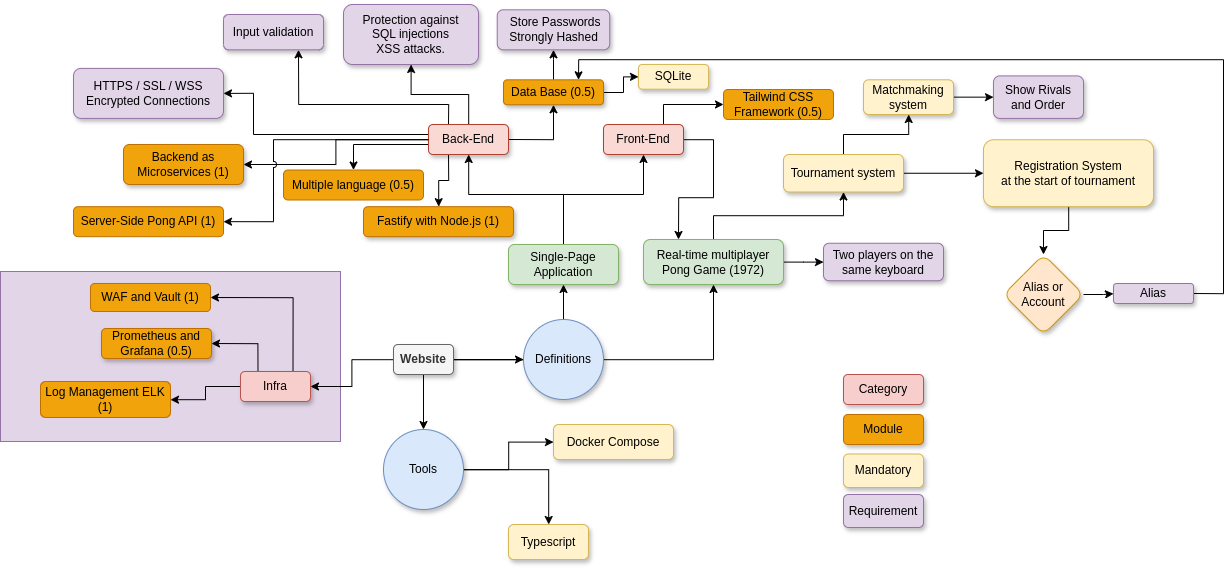
The draw.io diagram docs/Project.png in 3lsy/transcendence, before a commit. Source tidied: cells renumbered, new cells last; positions are measured from the earlier drawing's top-left corner, leaving out a move shared by most shapes.
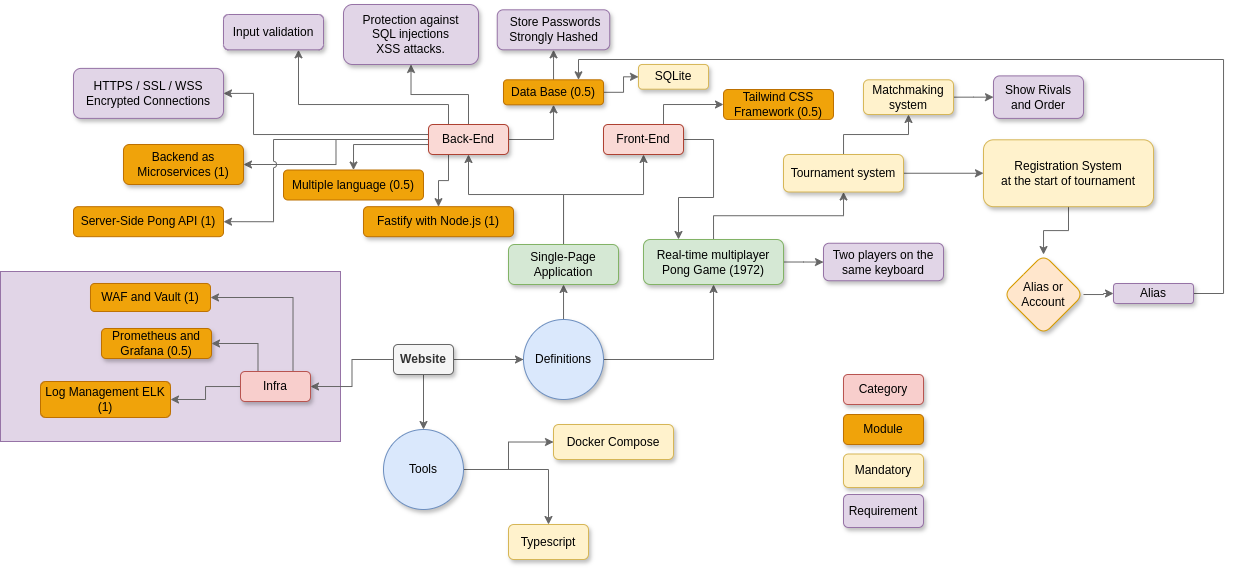
After the change.

What changed in the source:
```diff
@@ -5,25 +5,25 @@
     <mxCell id="2" style="rounded=0;whiteSpace=wrap;html=1;fillColor=#e1d5e7;strokeColor=#9673a6;" parent="1" vertex="1">
       <mxGeometry y="267" width="340" height="170" as="geometry" />
     </mxCell>
-    <mxCell id="3" style="edgeStyle=orthogonalEdgeStyle;rounded=0;jettySize=auto;html=1;" parent="1" edge="1" source="8" target="11">
+    <mxCell id="3" style="edgeStyle=orthogonalEdgeStyle;rounded=0;jettySize=auto;html=1;fillColor=#f5f5f5;strokeColor=#666666;" parent="1" edge="1" source="8" target="11">
       <mxGeometry relative="1" as="geometry" />
     </mxCell>
-    <mxCell id="4" style="edgeStyle=orthogonalEdgeStyle;rounded=0;jettySize=auto;html=1;" parent="1" edge="1" source="8" target="14">
+    <mxCell id="4" style="edgeStyle=orthogonalEdgeStyle;rounded=0;jettySize=auto;html=1;fillColor=#f5f5f5;strokeColor=#666666;" parent="1" edge="1" source="8" target="14">
       <mxGeometry relative="1" as="geometry" />
     </mxCell>
-    <mxCell id="5" style="edgeStyle=orthogonalEdgeStyle;rounded=0;jettySize=auto;html=1;" parent="1" edge="1" source="8" target="15">
+    <mxCell id="5" style="edgeStyle=orthogonalEdgeStyle;rounded=0;jettySize=auto;html=1;fillColor=#f5f5f5;strokeColor=#666666;" parent="1" edge="1" source="8" target="15">
       <mxGeometry relative="1" as="geometry" />
     </mxCell>
-    <mxCell id="6" style="edgeStyle=orthogonalEdgeStyle;rounded=0;jettySize=auto;html=1;" parent="1" edge="1" source="8" target="18">
+    <mxCell id="6" style="edgeStyle=orthogonalEdgeStyle;rounded=0;jettySize=auto;html=1;fillColor=#f5f5f5;strokeColor=#666666;" parent="1" edge="1" source="8" target="18">
       <mxGeometry relative="1" as="geometry" />
     </mxCell>
-    <mxCell id="7" style="edgeStyle=orthogonalEdgeStyle;rounded=0;jettySize=auto;html=1;entryX=1;entryY=0.5;entryDx=0;entryDy=0;" parent="1" edge="1" source="8" target="58">
+    <mxCell id="7" style="edgeStyle=orthogonalEdgeStyle;rounded=0;jettySize=auto;html=1;entryX=1;entryY=0.5;entryDx=0;entryDy=0;fillColor=#f5f5f5;strokeColor=#666666;" parent="1" edge="1" source="8" target="58">
       <mxGeometry relative="1" as="geometry" />
     </mxCell>
     <mxCell id="8" value="Website" style="text;html=1;align=center;verticalAlign=middle;whiteSpace=wrap;rounded=1;shadow=1;glass=0;fillColor=#f5f5f5;fontColor=#333333;strokeColor=#666666;fontStyle=1;" parent="1" vertex="1">
       <mxGeometry x="393" y="340" width="60" height="30" as="geometry" />
     </mxCell>
-    <mxCell id="9" style="edgeStyle=orthogonalEdgeStyle;rounded=0;jettySize=auto;html=1;" parent="1" edge="1" source="11" target="39">
+    <mxCell id="9" style="edgeStyle=orthogonalEdgeStyle;rounded=0;jettySize=auto;html=1;fillColor=#f5f5f5;strokeColor=#666666;" parent="1" edge="1" source="11" target="39">
       <mxGeometry relative="1" as="geometry">
         <Array as="points">
           <mxPoint x="563" y="190" />
@@ -31,7 +31,7 @@
         </Array>
       </mxGeometry>
     </mxCell>
-    <mxCell id="10" style="edgeStyle=orthogonalEdgeStyle;rounded=0;jettySize=auto;html=1;" parent="1" edge="1" source="11" target="42">
+    <mxCell id="10" style="edgeStyle=orthogonalEdgeStyle;rounded=0;jettySize=auto;html=1;fillColor=#f5f5f5;strokeColor=#666666;" parent="1" edge="1" source="11" target="42">
       <mxGeometry relative="1" as="geometry">
         <Array as="points">
           <mxPoint x="563" y="190" />
@@ -42,10 +42,10 @@
     <mxCell id="11" value="Single-Page Application" style="text;html=1;align=center;verticalAlign=middle;whiteSpace=wrap;rounded=1;fillColor=#d5e8d4;strokeColor=#82b366;shadow=1;glass=0;" parent="1" vertex="1">
       <mxGeometry x="508" y="240" width="110" height="40" as="geometry" />
     </mxCell>
-    <mxCell id="12" style="edgeStyle=orthogonalEdgeStyle;rounded=0;jettySize=auto;html=1;" parent="1" edge="1" source="14" target="21">
+    <mxCell id="12" style="edgeStyle=orthogonalEdgeStyle;rounded=0;jettySize=auto;html=1;fillColor=#f5f5f5;strokeColor=#666666;" parent="1" edge="1" source="14" target="21">
       <mxGeometry relative="1" as="geometry" />
     </mxCell>
-    <mxCell id="13" style="edgeStyle=orthogonalEdgeStyle;rounded=0;jettySize=auto;html=1;" parent="1" edge="1" source="14" target="24">
+    <mxCell id="13" style="edgeStyle=orthogonalEdgeStyle;rounded=0;jettySize=auto;html=1;fillColor=#f5f5f5;strokeColor=#666666;" parent="1" edge="1" source="14" target="24">
       <mxGeometry relative="1" as="geometry" />
     </mxCell>
     <mxCell id="14" value="Real-time multiplayer Pong Game&amp;nbsp;(1972)" style="whiteSpace=wrap;html=1;fillColor=#d5e8d4;strokeColor=#82b366;rounded=1;shadow=1;glass=0;" parent="1" vertex="1">
@@ -54,10 +54,10 @@
     <mxCell id="15" value="Definitions" style="ellipse;whiteSpace=wrap;html=1;fillColor=#dae8fc;strokeColor=#6c8ebf;gradientColor=none;rounded=1;shadow=1;glass=0;" parent="1" vertex="1">
       <mxGeometry x="523" y="315" width="80" height="80" as="geometry" />
     </mxCell>
-    <mxCell id="16" style="edgeStyle=orthogonalEdgeStyle;rounded=0;jettySize=auto;html=1;" parent="1" edge="1" source="18" target="19">
+    <mxCell id="16" style="edgeStyle=orthogonalEdgeStyle;rounded=0;jettySize=auto;html=1;fillColor=#f5f5f5;strokeColor=#666666;" parent="1" edge="1" source="18" target="19">
       <mxGeometry relative="1" as="geometry" />
     </mxCell>
-    <mxCell id="17" style="edgeStyle=orthogonalEdgeStyle;rounded=0;jettySize=auto;html=1;" parent="1" edge="1" source="18" target="20">
+    <mxCell id="17" style="edgeStyle=orthogonalEdgeStyle;rounded=0;jettySize=auto;html=1;fillColor=#f5f5f5;strokeColor=#666666;" parent="1" edge="1" source="18" target="20">
       <mxGeometry relative="1" as="geometry" />
     </mxCell>
     <mxCell id="18" value="Tools" style="ellipse;whiteSpace=wrap;html=1;fillColor=#dae8fc;strokeColor=#6c8ebf;gradientColor=none;rounded=1;shadow=1;glass=0;" parent="1" vertex="1">
@@ -72,10 +72,10 @@
     <mxCell id="21" value="Two players on the same keyboard" style="whiteSpace=wrap;html=1;fillColor=#e1d5e7;strokeColor=#9673a6;rounded=1;shadow=1;glass=0;" parent="1" vertex="1">
       <mxGeometry x="823" y="238.8" width="120" height="37.5" as="geometry" />
     </mxCell>
-    <mxCell id="22" style="edgeStyle=orthogonalEdgeStyle;rounded=0;jettySize=auto;html=1;" parent="1" edge="1" source="24" target="27">
+    <mxCell id="22" style="edgeStyle=orthogonalEdgeStyle;rounded=0;jettySize=auto;html=1;fillColor=#f5f5f5;strokeColor=#666666;" parent="1" edge="1" source="24" target="27">
       <mxGeometry relative="1" as="geometry" />
     </mxCell>
-    <mxCell id="23" style="edgeStyle=orthogonalEdgeStyle;rounded=0;jettySize=auto;html=1;" parent="1" edge="1" source="24" target="31">
+    <mxCell id="23" style="edgeStyle=orthogonalEdgeStyle;rounded=0;jettySize=auto;html=1;fillColor=#f5f5f5;strokeColor=#666666;" parent="1" edge="1" source="24" target="31">
       <mxGeometry relative="1" as="geometry" />
     </mxCell>
     <mxCell id="24" value="Tournament system" style="whiteSpace=wrap;html=1;fillColor=#fff2cc;strokeColor=#d6b656;rounded=1;shadow=1;glass=0;" parent="1" vertex="1">
@@ -84,28 +84,28 @@
     <mxCell id="25" value="Show Rivals and Order" style="whiteSpace=wrap;html=1;fillColor=#e1d5e7;strokeColor=#9673a6;rounded=1;shadow=1;glass=0;" parent="1" vertex="1">
       <mxGeometry x="993" y="71.4" width="90" height="42.5" as="geometry" />
     </mxCell>
-    <mxCell id="26" style="edgeStyle=orthogonalEdgeStyle;rounded=0;jettySize=auto;html=1;" parent="1" edge="1" source="27" target="29">
+    <mxCell id="26" style="edgeStyle=orthogonalEdgeStyle;rounded=0;jettySize=auto;html=1;fillColor=#f5f5f5;strokeColor=#666666;" parent="1" edge="1" source="27" target="29">
       <mxGeometry relative="1" as="geometry" />
     </mxCell>
     <mxCell id="27" value="Registration System&lt;div&gt;at the start of tournament&lt;/div&gt;" style="whiteSpace=wrap;html=1;fillColor=#fff2cc;strokeColor=#d6b656;rounded=1;shadow=1;glass=0;" parent="1" vertex="1">
       <mxGeometry x="983" y="135.3" width="170" height="66.9" as="geometry" />
     </mxCell>
-    <mxCell id="28" style="edgeStyle=orthogonalEdgeStyle;rounded=0;jettySize=auto;html=1;" parent="1" edge="1" source="29" target="65">
+    <mxCell id="28" style="edgeStyle=orthogonalEdgeStyle;rounded=0;jettySize=auto;html=1;fillColor=#f5f5f5;strokeColor=#666666;" parent="1" edge="1" source="29" target="65">
       <mxGeometry relative="1" as="geometry" />
     </mxCell>
     <mxCell id="29" value="Alias or Account" style="rhombus;whiteSpace=wrap;html=1;fillColor=#ffe6cc;strokeColor=#d79b00;rounded=1;shadow=1;glass=0;" parent="1" vertex="1">
       <mxGeometry x="1003" y="250" width="80" height="80" as="geometry" />
     </mxCell>
-    <mxCell id="30" style="edgeStyle=orthogonalEdgeStyle;rounded=0;jettySize=auto;html=1;" parent="1" edge="1" source="31" target="25">
+    <mxCell id="30" style="edgeStyle=orthogonalEdgeStyle;rounded=0;jettySize=auto;html=1;fillColor=#f5f5f5;strokeColor=#666666;" parent="1" edge="1" source="31" target="25">
       <mxGeometry relative="1" as="geometry" />
     </mxCell>
     <mxCell id="31" value="Matchmaking system" style="whiteSpace=wrap;html=1;fillColor=#fff2cc;strokeColor=#d6b656;rounded=1;shadow=1;glass=0;" parent="1" vertex="1">
       <mxGeometry x="863" y="75.3" width="90" height="34.7" as="geometry" />
     </mxCell>
-    <mxCell id="32" style="edgeStyle=orthogonalEdgeStyle;rounded=0;jettySize=auto;html=1;" parent="1" edge="1" source="39" target="47">
+    <mxCell id="32" style="edgeStyle=orthogonalEdgeStyle;rounded=0;jettySize=auto;html=1;fillColor=#f5f5f5;strokeColor=#666666;" parent="1" edge="1" source="39" target="47">
       <mxGeometry relative="1" as="geometry" />
     </mxCell>
-    <mxCell id="33" style="edgeStyle=orthogonalEdgeStyle;rounded=0;jettySize=auto;html=1;entryX=1;entryY=0.5;entryDx=0;entryDy=0;" parent="1" edge="1" source="39" target="48">
+    <mxCell id="33" style="edgeStyle=orthogonalEdgeStyle;rounded=0;jettySize=auto;html=1;entryX=1;entryY=0.5;entryDx=0;entryDy=0;fillColor=#f5f5f5;strokeColor=#666666;" parent="1" edge="1" source="39" target="48">
       <mxGeometry relative="1" as="geometry">
         <Array as="points">
           <mxPoint x="253" y="130" />
@@ -113,7 +113,7 @@
         </Array>
       </mxGeometry>
     </mxCell>
-    <mxCell id="34" style="edgeStyle=orthogonalEdgeStyle;rounded=0;jettySize=auto;html=1;exitX=0.25;exitY=0;exitDx=0;exitDy=0;entryX=0.75;entryY=1;entryDx=0;entryDy=0;" parent="1" edge="1" source="39" target="49">
+    <mxCell id="34" style="edgeStyle=orthogonalEdgeStyle;rounded=0;jettySize=auto;html=1;exitX=0.25;exitY=0;exitDx=0;exitDy=0;entryX=0.75;entryY=1;entryDx=0;entryDy=0;fillColor=#f5f5f5;strokeColor=#666666;" parent="1" edge="1" source="39" target="49">
       <mxGeometry relative="1" as="geometry">
         <Array as="points">
           <mxPoint x="448" y="100" />
@@ -121,16 +121,16 @@
         </Array>
       </mxGeometry>
     </mxCell>
-    <mxCell id="35" style="edgeStyle=orthogonalEdgeStyle;rounded=0;jettySize=auto;html=1;exitX=0.25;exitY=1;exitDx=0;exitDy=0;" parent="1" edge="1" source="39" target="51">
+    <mxCell id="35" style="edgeStyle=orthogonalEdgeStyle;rounded=0;jettySize=auto;html=1;exitX=0.25;exitY=1;exitDx=0;exitDy=0;fillColor=#f5f5f5;strokeColor=#666666;" parent="1" edge="1" source="39" target="51">
       <mxGeometry relative="1" as="geometry" />
     </mxCell>
-    <mxCell id="36" style="edgeStyle=orthogonalEdgeStyle;rounded=0;jettySize=auto;html=1;exitX=1;exitY=0.5;exitDx=0;exitDy=0;" parent="1" edge="1" source="39" target="45">
+    <mxCell id="36" style="edgeStyle=orthogonalEdgeStyle;rounded=0;jettySize=auto;html=1;exitX=1;exitY=0.5;exitDx=0;exitDy=0;fillColor=#f5f5f5;strokeColor=#666666;" parent="1" edge="1" source="39" target="45">
       <mxGeometry relative="1" as="geometry" />
     </mxCell>
-    <mxCell id="37" style="edgeStyle=orthogonalEdgeStyle;rounded=0;jettySize=auto;html=1;entryX=1;entryY=0.5;entryDx=0;entryDy=0;" parent="1" edge="1" source="39" target="60">
+    <mxCell id="37" style="edgeStyle=orthogonalEdgeStyle;rounded=0;jettySize=auto;html=1;entryX=1;entryY=0.5;entryDx=0;entryDy=0;fillColor=#f5f5f5;strokeColor=#666666;" parent="1" edge="1" source="39" target="60">
       <mxGeometry relative="1" as="geometry" />
     </mxCell>
-    <mxCell id="38" style="edgeStyle=orthogonalEdgeStyle;rounded=0;jettySize=auto;html=1;entryX=0.5;entryY=0;entryDx=0;entryDy=0;" parent="1" edge="1" source="39" target="61">
+    <mxCell id="38" style="edgeStyle=orthogonalEdgeStyle;rounded=0;jettySize=auto;html=1;entryX=0.5;entryY=0;entryDx=0;entryDy=0;fillColor=#f5f5f5;strokeColor=#666666;" parent="1" edge="1" source="39" target="61">
       <mxGeometry relative="1" as="geometry">
         <Array as="points">
           <mxPoint x="353" y="140" />
@@ -140,7 +140,7 @@
     <mxCell id="39" value="Back-End" style="whiteSpace=wrap;html=1;fillColor=#fad9d5;strokeColor=#ae4132;rounded=1;shadow=1;glass=0;" parent="1" vertex="1">
       <mxGeometry x="428" y="120" width="80" height="30" as="geometry" />
     </mxCell>
-    <mxCell id="40" style="edgeStyle=orthogonalEdgeStyle;rounded=0;jettySize=auto;html=1;entryX=0.25;entryY=0;entryDx=0;entryDy=0;" parent="1" edge="1" source="42" target="14">
+    <mxCell id="40" style="edgeStyle=orthogonalEdgeStyle;rounded=0;jettySize=auto;html=1;entryX=0.25;entryY=0;entryDx=0;entryDy=0;fillColor=#f5f5f5;strokeColor=#666666;" parent="1" edge="1" source="42" target="14">
       <mxGeometry relative="1" as="geometry">
         <Array as="points">
           <mxPoint x="713" y="135" />
@@ -149,16 +149,16 @@
         </Array>
       </mxGeometry>
     </mxCell>
-    <mxCell id="41" style="edgeStyle=orthogonalEdgeStyle;rounded=0;jettySize=auto;html=1;exitX=0.75;exitY=0;exitDx=0;exitDy=0;entryX=0;entryY=0.5;entryDx=0;entryDy=0;" parent="1" edge="1" source="42" target="53">
+    <mxCell id="41" style="edgeStyle=orthogonalEdgeStyle;rounded=0;jettySize=auto;html=1;exitX=0.75;exitY=0;exitDx=0;exitDy=0;entryX=0;entryY=0.5;entryDx=0;entryDy=0;fillColor=#f5f5f5;strokeColor=#666666;" parent="1" edge="1" source="42" target="53">
       <mxGeometry relative="1" as="geometry" />
     </mxCell>
     <mxCell id="42" value="Front-End" style="whiteSpace=wrap;html=1;fillColor=#fad9d5;strokeColor=#ae4132;rounded=1;shadow=1;glass=0;" parent="1" vertex="1">
       <mxGeometry x="603" y="120" width="80" height="30" as="geometry" />
     </mxCell>
-    <mxCell id="43" style="edgeStyle=orthogonalEdgeStyle;rounded=0;jettySize=auto;html=1;" parent="1" edge="1" source="45" target="46">
+    <mxCell id="43" style="edgeStyle=orthogonalEdgeStyle;rounded=0;jettySize=auto;html=1;fillColor=#f5f5f5;strokeColor=#666666;" parent="1" edge="1" source="45" target="46">
       <mxGeometry relative="1" as="geometry" />
     </mxCell>
-    <mxCell id="44" style="edgeStyle=orthogonalEdgeStyle;rounded=0;jettySize=auto;html=1;entryX=0;entryY=0.5;entryDx=0;entryDy=0;" parent="1" edge="1" source="45" target="52">
+    <mxCell id="44" style="edgeStyle=orthogonalEdgeStyle;rounded=0;jettySize=auto;html=1;entryX=0;entryY=0.5;entryDx=0;entryDy=0;fillColor=#f5f5f5;strokeColor=#666666;" parent="1" edge="1" source="45" target="52">
       <mxGeometry relative="1" as="geometry" />
     </mxCell>
     <mxCell id="45" value="Data&amp;nbsp;&lt;span style=&quot;background-color: transparent; color: light-dark(rgb(0, 0, 0), rgb(255, 255, 255));&quot;&gt;Base (0.5)&lt;/span&gt;" style="whiteSpace=wrap;html=1;fillColor=#f0a30a;strokeColor=#BD7000;rounded=1;shadow=1;glass=0;fontColor=#000000;" parent="1" vertex="1">
@@ -191,13 +191,13 @@
     <mxCell id="54" value="WAF and Vault (1)" style="rounded=1;whiteSpace=wrap;html=1;fillColor=#f0a30a;fontColor=#000000;strokeColor=#BD7000;" parent="1" vertex="1">
       <mxGeometry x="90" y="279" width="120" height="28" as="geometry" />
     </mxCell>
-    <mxCell id="55" style="edgeStyle=orthogonalEdgeStyle;rounded=0;jettySize=auto;html=1;" parent="1" edge="1" source="58" target="59">
+    <mxCell id="55" style="edgeStyle=orthogonalEdgeStyle;rounded=0;jettySize=auto;html=1;fillColor=#f5f5f5;strokeColor=#666666;" parent="1" edge="1" source="58" target="59">
       <mxGeometry relative="1" as="geometry" />
     </mxCell>
-    <mxCell id="56" style="edgeStyle=orthogonalEdgeStyle;rounded=0;jettySize=auto;html=1;exitX=0.25;exitY=0;exitDx=0;exitDy=0;entryX=1;entryY=0.5;entryDx=0;entryDy=0;" parent="1" edge="1" source="58" target="50">
+    <mxCell id="56" style="edgeStyle=orthogonalEdgeStyle;rounded=0;jettySize=auto;html=1;exitX=0.25;exitY=0;exitDx=0;exitDy=0;entryX=1;entryY=0.5;entryDx=0;entryDy=0;fillColor=#f5f5f5;strokeColor=#666666;" parent="1" edge="1" source="58" target="50">
       <mxGeometry relative="1" as="geometry" />
     </mxCell>
-    <mxCell id="57" style="edgeStyle=orthogonalEdgeStyle;rounded=0;jettySize=auto;html=1;exitX=0.75;exitY=0;exitDx=0;exitDy=0;entryX=1;entryY=0.5;entryDx=0;entryDy=0;" parent="1" edge="1" source="58" target="54">
+    <mxCell id="57" style="edgeStyle=orthogonalEdgeStyle;rounded=0;jettySize=auto;html=1;exitX=0.75;exitY=0;exitDx=0;exitDy=0;entryX=1;entryY=0.5;entryDx=0;entryDy=0;fillColor=#f5f5f5;strokeColor=#666666;" parent="1" edge="1" source="58" target="54">
       <mxGeometry relative="1" as="geometry" />
     </mxCell>
     <mxCell id="58" value="Infra" style="rounded=1;whiteSpace=wrap;html=1;shadow=1;fillColor=#f8cecc;strokeColor=#b85450;" parent="1" vertex="1">
@@ -215,7 +215,7 @@
     <mxCell id="62" value="Server-Side Pong API (1)" style="rounded=1;whiteSpace=wrap;html=1;fillColor=#f0a30a;fontColor=#000000;strokeColor=#BD7000;" parent="1" vertex="1">
       <mxGeometry x="73" y="202.2" width="150" height="30" as="geometry" />
     </mxCell>
-    <mxCell id="63" style="edgeStyle=orthogonalEdgeStyle;rounded=0;jettySize=auto;html=1;entryX=1;entryY=0.5;entryDx=0;entryDy=0;jumpStyle=arc;" parent="1" edge="1" source="39" target="62">
+    <mxCell id="63" style="edgeStyle=orthogonalEdgeStyle;rounded=0;jettySize=auto;html=1;entryX=1;entryY=0.5;entryDx=0;entryDy=0;jumpStyle=arc;fillColor=#f5f5f5;strokeColor=#666666;" parent="1" edge="1" source="39" target="62">
       <mxGeometry relative="1" as="geometry">
         <Array as="points">
           <mxPoint x="273" y="135" />
@@ -223,7 +223,7 @@
         </Array>
       </mxGeometry>
     </mxCell>
-    <mxCell id="64" style="edgeStyle=orthogonalEdgeStyle;rounded=0;jettySize=auto;html=1;entryX=0.75;entryY=0;entryDx=0;entryDy=0;exitX=1;exitY=0.5;exitDx=0;exitDy=0;" parent="1" edge="1" source="65" target="45">
+    <mxCell id="64" style="edgeStyle=orthogonalEdgeStyle;rounded=0;jettySize=auto;html=1;entryX=0.75;entryY=0;entryDx=0;entryDy=0;exitX=1;exitY=0.5;exitDx=0;exitDy=0;fillColor=#f5f5f5;strokeColor=#666666;" parent="1" edge="1" source="65" target="45">
       <mxGeometry relative="1" as="geometry">
         <Array as="points">
           <mxPoint x="1223" y="289" />
```
